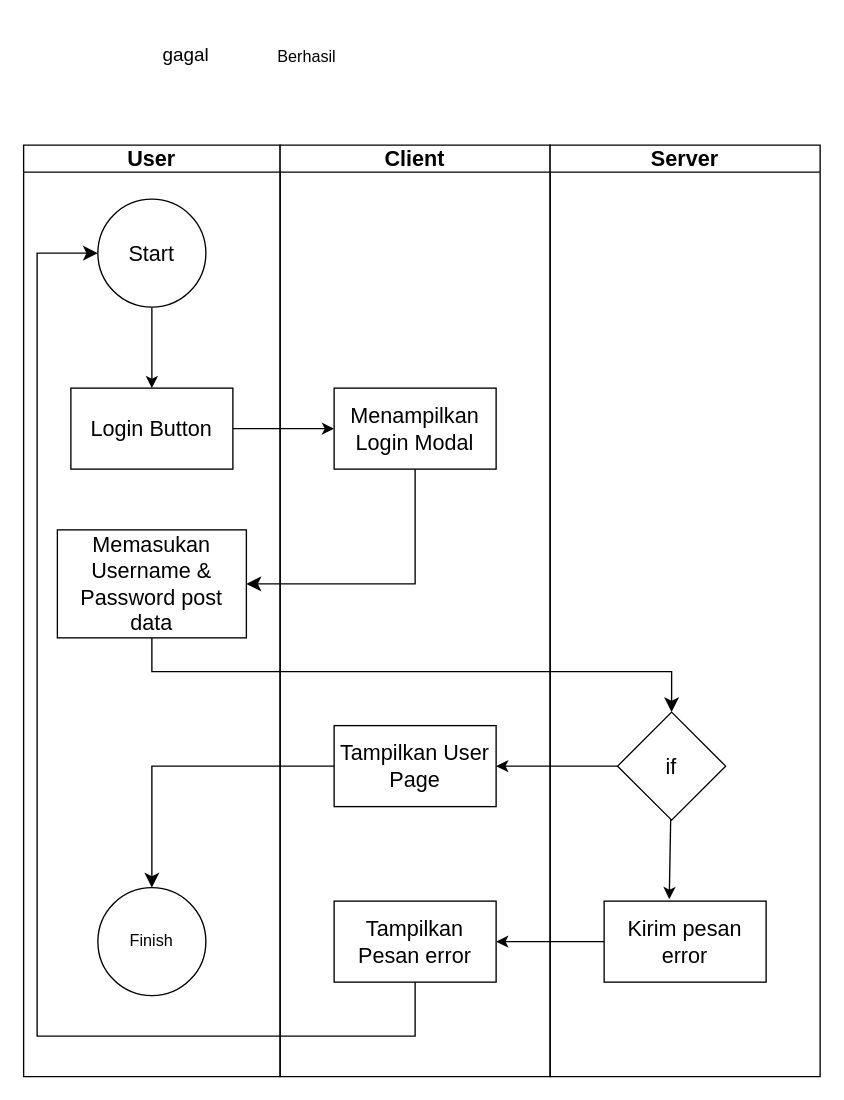
Before: Diagram Tanpa Judul.drawio in ranggaIV/RPL, a draw.io diagram. Source tidied: cells renumbered, new cells numbered last; positions are measured from the earlier drawing's top-left corner, leaving out a move shared by most shapes. Both pictures are drawn from the tidied source at 135%, with x=0, y=0 at pixel (23, 23).
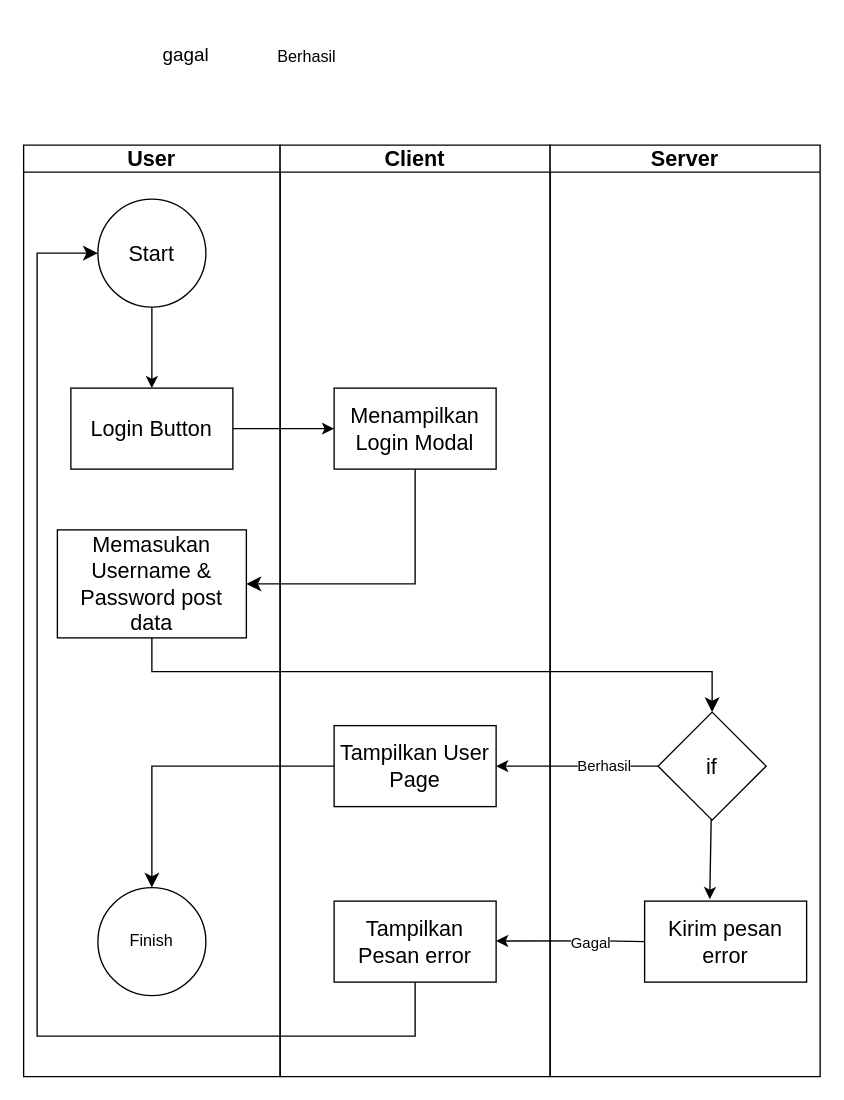
After the change.

Unchanged cells that the change refers to:
```xml
<mxCell id="9" value="&lt;font style=&quot;font-size: 16px;&quot;&gt;Memasukan Username &amp;amp; Password post data&lt;/font&gt;" style="rounded=0;whiteSpace=wrap;html=1;" parent="5" vertex="1">
  <mxGeometry x="25" y="285" width="140" height="80" as="geometry" />
</mxCell>
<mxCell id="12" value="&lt;font style=&quot;font-size: 16px;&quot;&gt;Tampilkan User Page&lt;/font&gt;" style="rounded=0;whiteSpace=wrap;html=1;" parent="10" vertex="1">
  <mxGeometry x="40" y="430" width="120" height="60" as="geometry" />
</mxCell>
<mxCell id="13" value="&lt;font style=&quot;font-size: 16px;&quot;&gt;Server&lt;/font&gt;" style="swimlane;whiteSpace=wrap;html=1;startSize=20;" parent="1" vertex="1">
  <mxGeometry x="390" y="90" width="200" height="690" as="geometry" />
</mxCell>
<mxCell id="20" value="&lt;font style=&quot;font-size: 16px;&quot;&gt;Tampilkan Pesan error&lt;/font&gt;" style="rounded=0;whiteSpace=wrap;html=1;" parent="1" vertex="1">
  <mxGeometry x="230" y="650" width="120" height="60" as="geometry" />
</mxCell>
```

Change to the diagram source:
```diff
@@
     <mxCell id="14" value="&lt;font style=&quot;font-size: 16px;&quot;&gt;if&lt;/font&gt;" style="rhombus;whiteSpace=wrap;html=1;" parent="13" vertex="1">
-      <mxGeometry x="50" y="420" width="80" height="80" as="geometry" />
+      <mxGeometry x="80" y="420" width="80" height="80" as="geometry" />
     </mxCell>
+    <mxCell id="19" value="&lt;font style=&quot;font-size: 16px;&quot;&gt;Kirim pesan error&lt;/font&gt;" style="rounded=0;whiteSpace=wrap;html=1;" parent="13" vertex="1">
+      <mxGeometry x="70" y="560" width="120" height="60" as="geometry" />
+    </mxCell>
+    <mxCell id="22" style="edgeStyle=none;rounded=0;jettySize=auto;html=1;entryX=0.402;entryY=-0.024;entryDx=0;entryDy=0;entryPerimeter=0;" parent="13" edge="1" source="14" target="19">
+      <mxGeometry relative="1" as="geometry" />
+    </mxCell>
+    <mxCell id="25" value="Gagal" style="edgeStyle=none;rounded=0;orthogonalLoop=1;jettySize=auto;html=1;entryX=1;entryY=0.5;entryDx=0;entryDy=0;" parent="13" edge="1">
+      <mxGeometry x="-0.27" y="1" relative="1" as="geometry">
+        <mxPoint x="70" y="590" as="sourcePoint" />
+        <mxPoint x="-40" y="589.5" as="targetPoint" />
+        <Array as="points">
+          <mxPoint x="40" y="589.5" />
+        </Array>
+      </mxGeometry>
+    </mxCell>
@@
     <mxCell id="17" style="edgeStyle=segmentEdgeStyle;endArrow=classic;html=1;curved=0;rounded=0;endSize=8;startSize=8;exitX=0.5;exitY=1;exitDx=0;exitDy=0;entryX=0.5;entryY=0;entryDx=0;entryDy=0;" parent="1" edge="1" source="9" target="14">
       <mxGeometry relative="1" as="geometry">
         <Array as="points">
           <mxPoint x="95" y="480" />
-          <mxPoint x="480" y="480" />
+          <mxPoint x="510" y="480" />
         </Array>
       </mxGeometry>
     </mxCell>
-    <mxCell id="18" style="edgeStyle=none;rounded=0;jettySize=auto;html=1;" parent="1" edge="1" source="19" target="20">
-      <mxGeometry relative="1" as="geometry" />
-    </mxCell>
-    <mxCell id="19" value="&lt;font style=&quot;font-size: 16px;&quot;&gt;Kirim pesan error&lt;/font&gt;" style="rounded=0;whiteSpace=wrap;html=1;" parent="1" vertex="1">
-      <mxGeometry x="430" y="650" width="120" height="60" as="geometry" />
-    </mxCell>
@@
-    <mxCell id="21" style="edgeStyle=none;rounded=0;jettySize=auto;html=1;entryX=1;entryY=0.5;entryDx=0;entryDy=0;" parent="1" edge="1" source="14" target="12">
-      <mxGeometry relative="1" as="geometry" />
+    <mxCell id="21" value="Berhasil" style="edgeStyle=none;rounded=0;jettySize=auto;html=1;entryX=1;entryY=0.5;entryDx=0;entryDy=0;" parent="1" edge="1" source="14" target="12">
+      <mxGeometry x="-0.33" relative="1" as="geometry">
+        <Array as="points">
+          <mxPoint x="430" y="550" />
+        </Array>
+      </mxGeometry>
     </mxCell>
-    <mxCell id="22" style="edgeStyle=none;rounded=0;jettySize=auto;html=1;entryX=0.402;entryY=-0.024;entryDx=0;entryDy=0;entryPerimeter=0;" parent="1" edge="1" source="14" target="19">
-      <mxGeometry relative="1" as="geometry" />
-    </mxCell>
```
